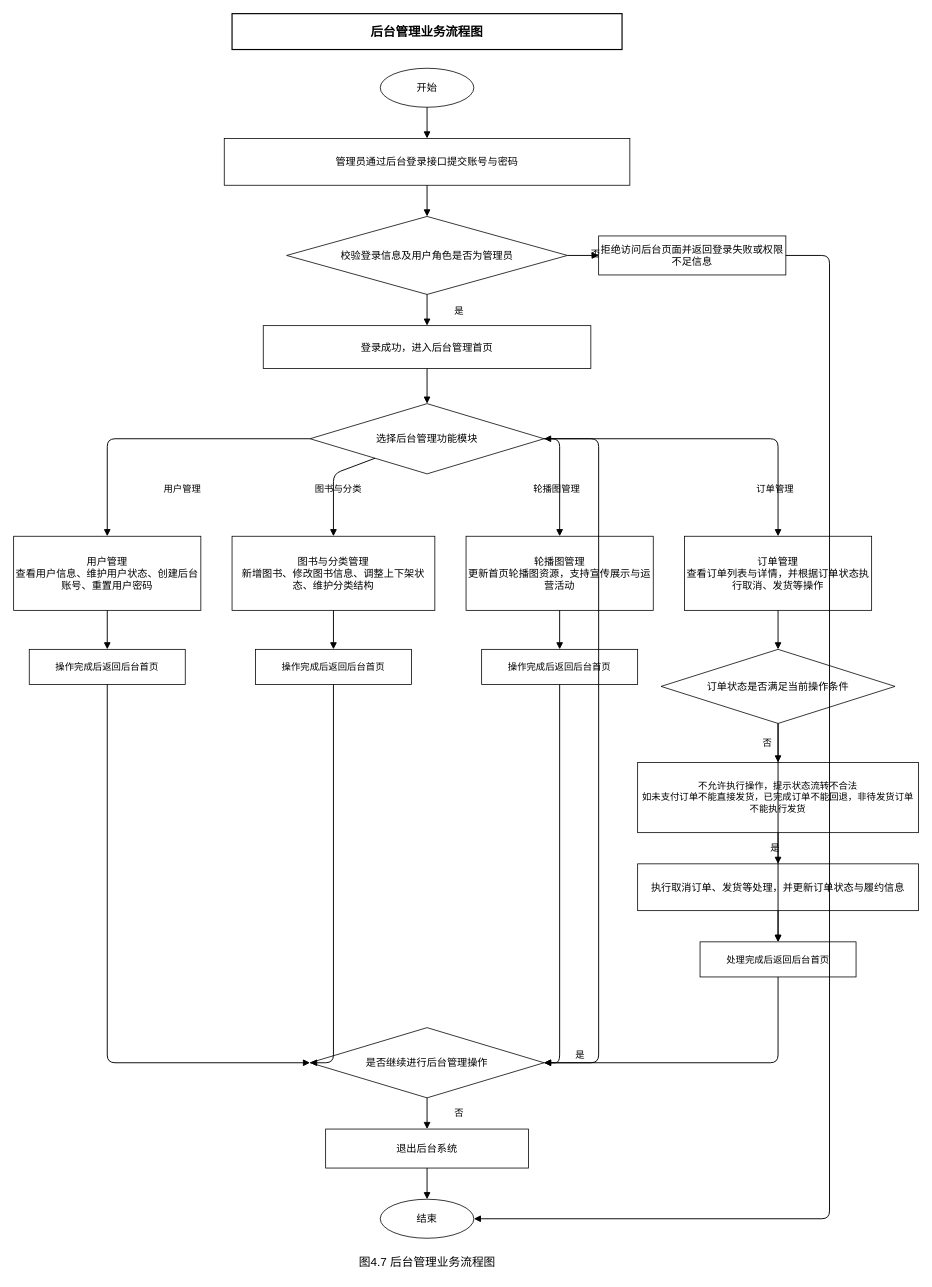
Earlier version of the draw.io diagram 图4.7后台管理业务流程图.drawio (wujiangcai/drawio). Source tidied: cells renumbered, new cells numbered last; positions are measured from the earlier drawing's top-left corner, leaving out a move shared by most shapes. Both pictures are drawn from the tidied source at 78%, with x=0, y=0 at pixel (13, 13).
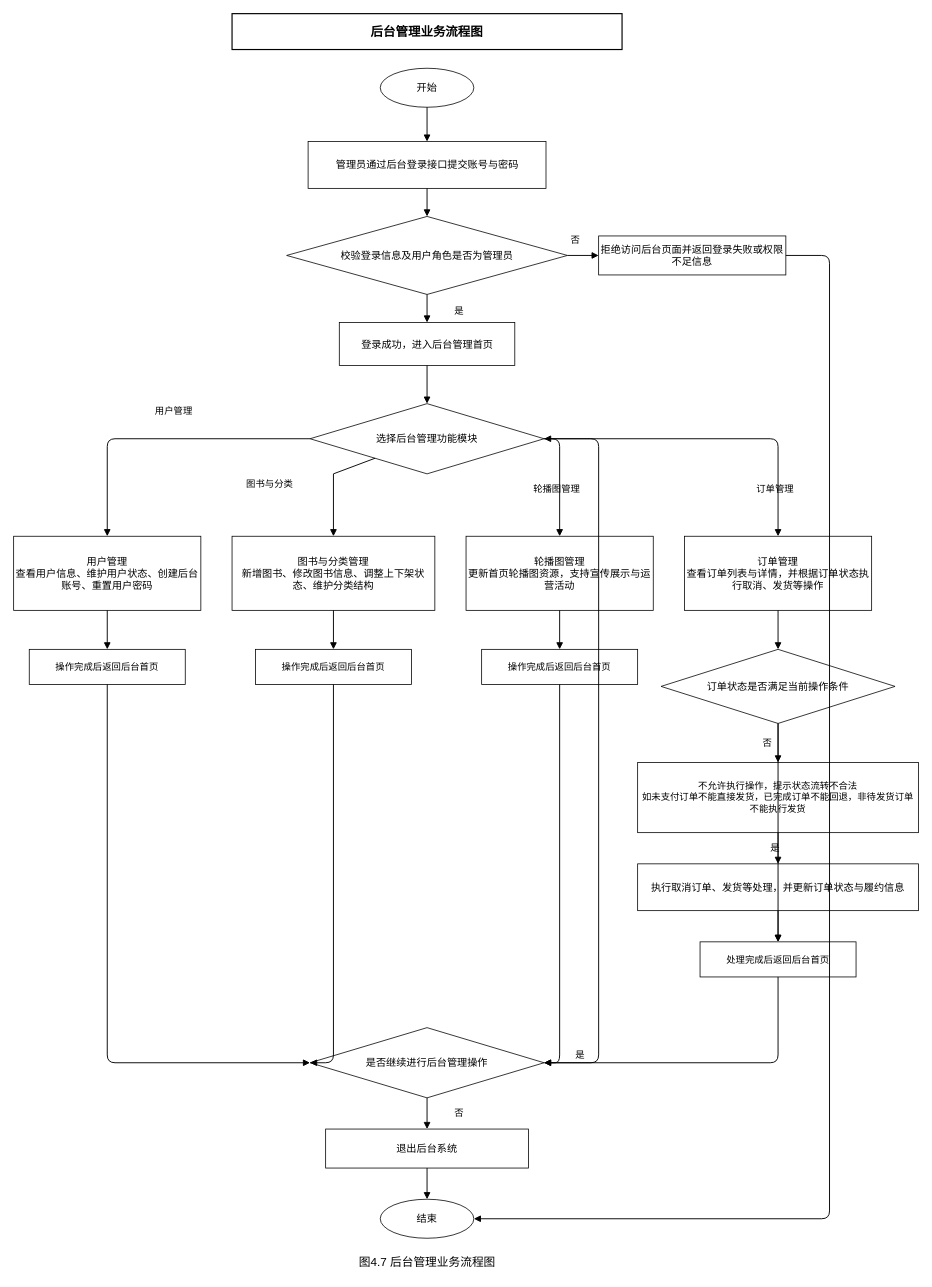
The same diagram, later.

Unchanged cells that the change refers to:
```xml
<mxCell id="8" value="选择后台管理功能模块" style="rhombus;whiteSpace=wrap;html=1;fillColor=#ffffff;strokeColor=#000000;fontSize=13;" parent="1" vertex="1">
  <mxGeometry x="380" y="500" width="300" height="90" as="geometry" />
</mxCell>
<mxCell id="10" value="图书与分类管理&#10;新增图书、修改图书信息、调整上下架状态、维护分类结构" style="rounded=0;whiteSpace=wrap;html=1;fillColor=#ffffff;strokeColor=#000000;fontSize=13;" parent="1" vertex="1">
  <mxGeometry x="280" y="670" width="260" height="95" as="geometry" />
</mxCell>
```

Diff of the diagram source:
```diff
@@
     <mxCell id="4" value="管理员通过后台登录接口提交账号与密码" style="rounded=0;whiteSpace=wrap;html=1;fillColor=#ffffff;strokeColor=#000000;fontSize=13;" parent="1" vertex="1">
-      <mxGeometry x="270" y="160" width="520" height="60" as="geometry" />
+      <mxGeometry x="377.5" y="164" width="305" height="60" as="geometry" />
     </mxCell>
@@
     <mxCell id="7" value="登录成功，进入后台管理首页" style="rounded=0;whiteSpace=wrap;html=1;fillColor=#ffffff;strokeColor=#000000;fontSize=13;" parent="1" vertex="1">
-      <mxGeometry x="320" y="400" width="420" height="55" as="geometry" />
+      <mxGeometry x="417.5" y="396" width="225" height="55" as="geometry" />
     </mxCell>
@@
     <mxCell id="25" value="否" style="text;html=1;strokeColor=none;fillColor=none;align=center;verticalAlign=middle;fontSize=12;" parent="1" vertex="1">
-      <mxGeometry x="726" y="298" width="40" height="20" as="geometry" />
+      <mxGeometry x="700" y="280" width="40" height="20" as="geometry" />
     </mxCell>
@@
     <mxCell id="31" value="用户管理" style="text;html=1;strokeColor=none;fillColor=none;align=center;verticalAlign=middle;fontSize=12;" parent="1" vertex="1">
-      <mxGeometry x="181" y="600" width="70" height="20" as="geometry" />
+      <mxGeometry x="170" y="500" width="70" height="20" as="geometry" />
     </mxCell>
@@
     <mxCell id="33" value="图书与分类" style="text;html=1;strokeColor=none;fillColor=none;align=center;verticalAlign=middle;fontSize=12;" parent="1" vertex="1">
-      <mxGeometry x="371" y="600" width="90" height="20" as="geometry" />
+      <mxGeometry x="283" y="593" width="90" height="20" as="geometry" />
     </mxCell>
-    <mxCell id="34" style="endArrow=block;endFill=1;strokeWidth=1.2;strokeColor=#000000;" parent="1" edge="1" source="8" target="10">
+    <mxCell id="34" style="endArrow=block;endFill=1;strokeWidth=1.2;strokeColor=#000000;rounded=0;curved=0;" parent="1" edge="1" source="8" target="10">
       <mxGeometry relative="1" as="geometry">
         <Array as="points">
           <mxPoint x="410" y="590" />
         </Array>
       </mxGeometry>
     </mxCell>
@@
+    <mxCell id="59" style="edgeStyle=orthogonalEdgeStyle;rounded=0;orthogonalLoop=1;jettySize=auto;html=1;exitX=0.5;exitY=1;exitDx=0;exitDy=0;" parent="1" edge="1" source="33" target="33">
+      <mxGeometry relative="1" as="geometry" />
+    </mxCell>
```
